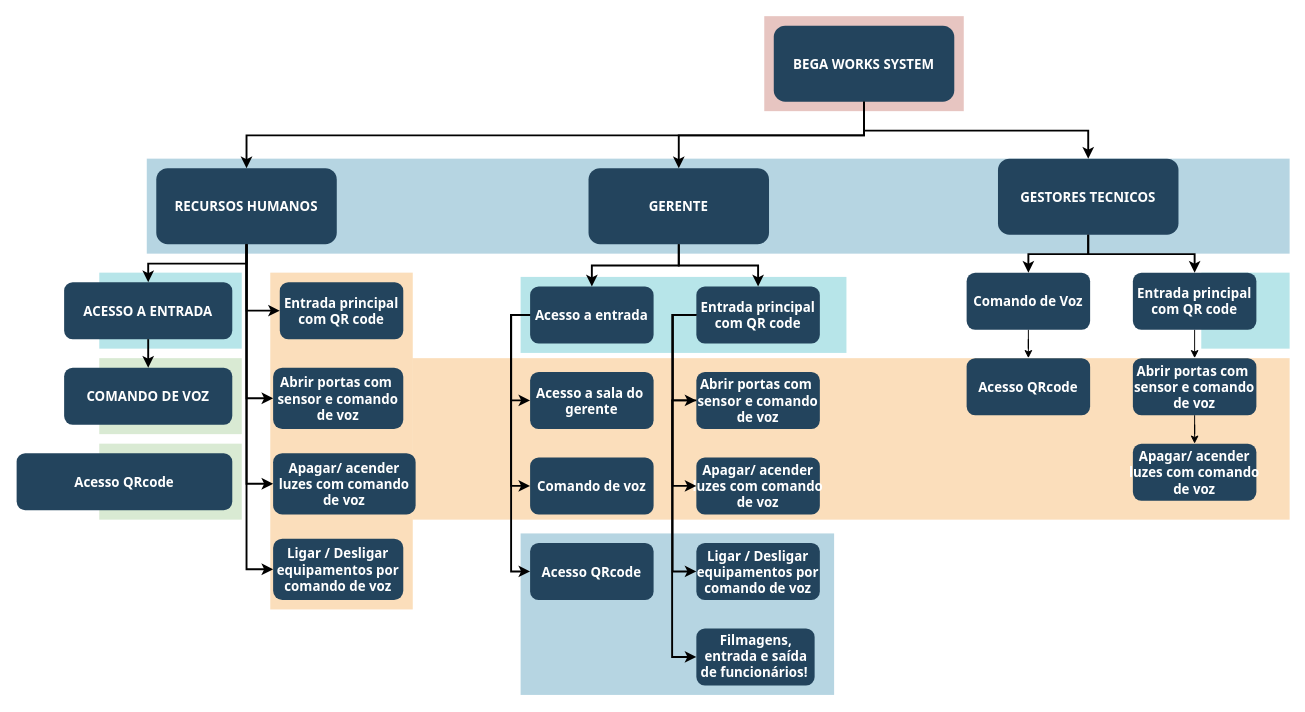
PedroFanan/Systems_Analysis keeps this draw.io diagram as Diagrama sem nome.drawio. Above is the earlier version. Source tidied: cells renumbered, new cells numbered last; positions are measured from the earlier drawing's top-left corner, leaving out a move shared by most shapes. Both pictures are drawn from the tidied source at 95%, with x=0, y=0 at pixel (16, 16).
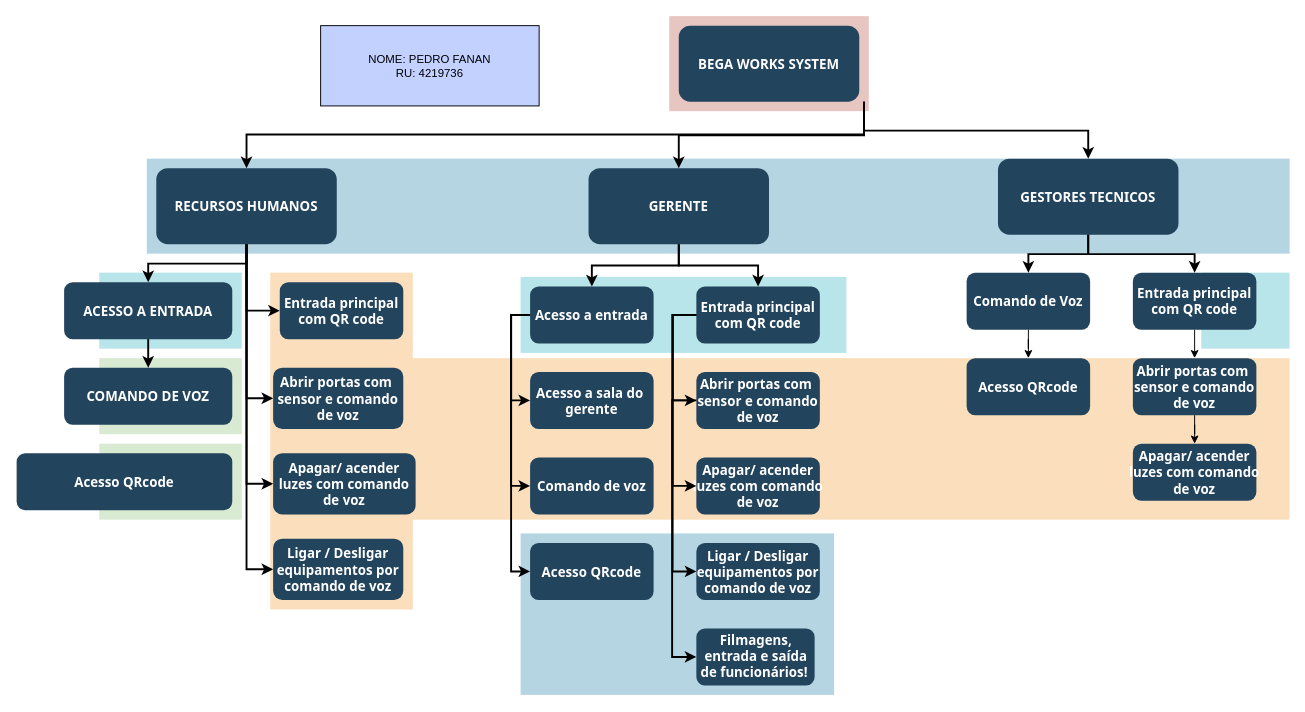
Above is the later version.

Unchanged cells that the change refers to:
```xml
<mxCell id="13" value="GESTORES TECNICOS" style="rounded=1;fillColor=#23445D;gradientColor=none;strokeColor=none;fontColor=#FFFFFF;fontStyle=1;fontFamily=Tahoma;fontSize=14;" parent="1" vertex="1">
  <mxGeometry x="1033" y="149.5" width="190" height="80" as="geometry" />
</mxCell>
<mxCell id="15" value="GERENTE" style="rounded=1;fillColor=#23445D;gradientColor=none;strokeColor=none;fontColor=#FFFFFF;fontStyle=1;fontFamily=Tahoma;fontSize=14;" parent="1" vertex="1">
  <mxGeometry x="602" y="159.5" width="190" height="80" as="geometry" />
</mxCell>
<mxCell id="16" value="RECURSOS HUMANOS" style="rounded=1;fillColor=#23445D;gradientColor=none;strokeColor=none;fontColor=#FFFFFF;fontStyle=1;fontFamily=Tahoma;fontSize=14;" parent="1" vertex="1">
  <mxGeometry x="147" y="159.5" width="190" height="80" as="geometry" />
</mxCell>
```

What changed in the source:
```diff
@@
     <mxCell id="3" style="fillColor=#AE4132;strokeColor=none;opacity=30;" parent="1" vertex="1">
-      <mxGeometry x="787" y="-0.5" width="210" height="100" as="geometry" />
+      <mxGeometry x="687" y="-0.5" width="210" height="100" as="geometry" />
     </mxCell>
@@
     <mxCell id="12" value="BEGA WORKS SYSTEM" style="rounded=1;fillColor=#23445D;gradientColor=none;strokeColor=none;fontColor=#FFFFFF;fontStyle=1;fontFamily=Tahoma;fontSize=14;" parent="1" vertex="1">
-      <mxGeometry x="797" y="9.5" width="190" height="80" as="geometry" />
+      <mxGeometry x="697" y="9.5" width="190" height="80" as="geometry" />
     </mxCell>
@@
-    <mxCell id="14" style="edgeStyle=elbowEdgeStyle;elbow=vertical;strokeWidth=2;rounded=0;" parent="1" edge="1" source="12" target="13">
-      <mxGeometry x="337" y="215.5" as="geometry" />
+    <mxCell id="14" style="edgeStyle=elbowEdgeStyle;elbow=vertical;strokeWidth=2;rounded=0;" parent="1" edge="1" target="13">
+      <mxGeometry x="337" y="215.5" as="geometry">
+        <mxPoint x="892" y="89.5" as="sourcePoint" />
+      </mxGeometry>
     </mxCell>
@@
-    <mxCell id="39" style="edgeStyle=elbowEdgeStyle;elbow=vertical;strokeWidth=2;rounded=0;" parent="1" edge="1" source="12" target="15">
-      <mxGeometry x="347" y="225.5" as="geometry" />
+    <mxCell id="39" style="edgeStyle=elbowEdgeStyle;elbow=vertical;strokeWidth=2;rounded=0;" parent="1" edge="1" target="15">
+      <mxGeometry x="347" y="225.5" as="geometry">
+        <mxPoint x="892" y="89.5" as="sourcePoint" />
+      </mxGeometry>
     </mxCell>
-    <mxCell id="40" style="edgeStyle=elbowEdgeStyle;elbow=vertical;strokeWidth=2;rounded=0;" parent="1" edge="1" source="12" target="16">
-      <mxGeometry x="-23" y="135.5" as="geometry" />
+    <mxCell id="40" style="edgeStyle=elbowEdgeStyle;elbow=vertical;strokeWidth=2;rounded=0;" parent="1" edge="1" target="16">
+      <mxGeometry x="-23" y="135.5" as="geometry">
+        <mxPoint x="892" y="89.5" as="sourcePoint" />
+        <Array as="points">
+          <mxPoint x="580" y="124" />
+        </Array>
+      </mxGeometry>
     </mxCell>
@@
+    <mxCell id="60" value="NOME: PEDRO FANAN&lt;br&gt;RU: 4219736" style="rounded=0;whiteSpace=wrap;html=1;fillColor=#c2d1ff;" parent="1" vertex="1">
+      <mxGeometry x="320" y="9.5" width="230" height="84.5" as="geometry" />
+    </mxCell>
```
